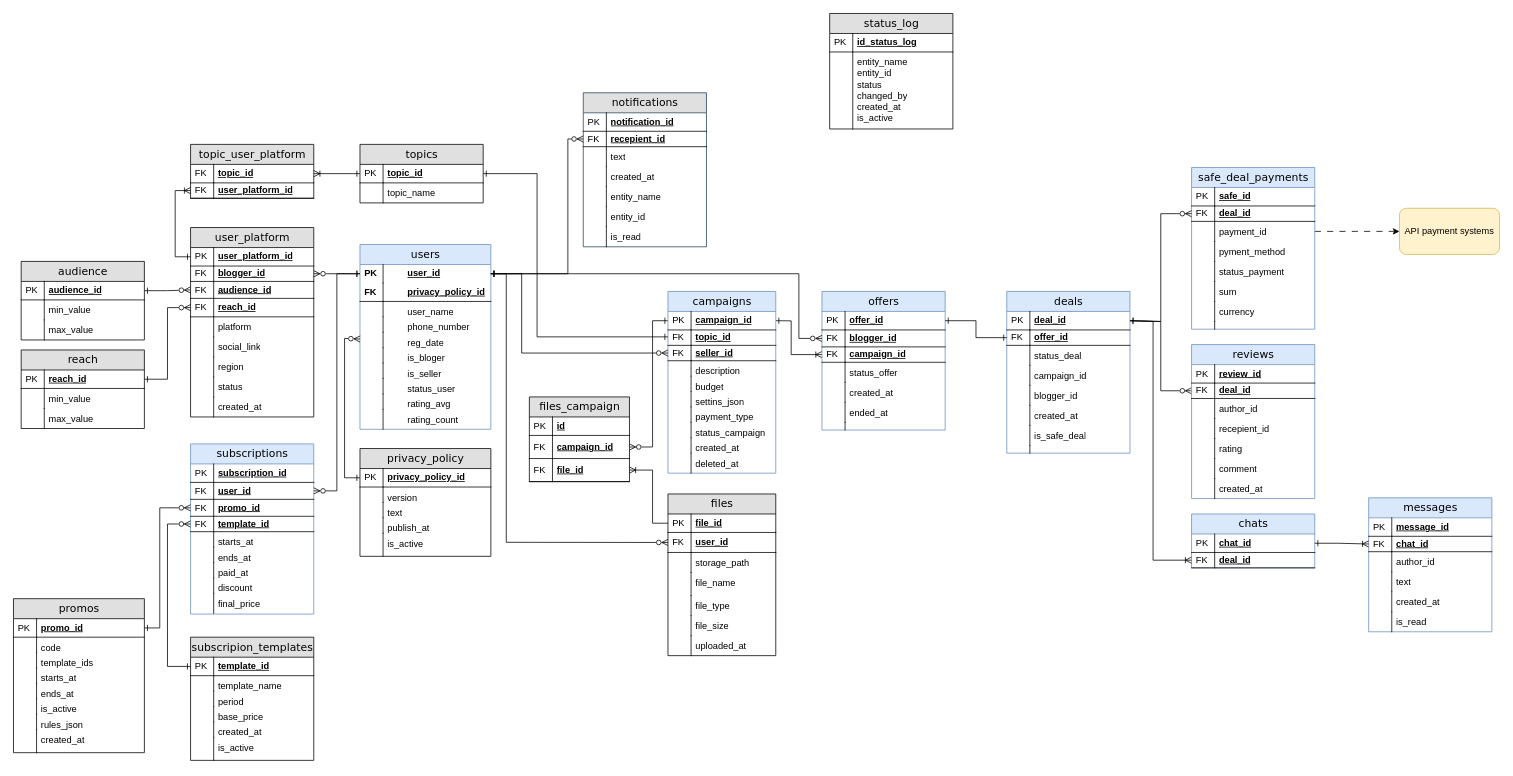
The draw.io diagram diagrams/erd.drawio.xml in NadezdaHope19/practice, before the edit. Source tidied: cells renumbered, new cells numbered last; positions are measured from the earlier drawing's top-left corner, leaving out a move shared by most shapes. Both pictures are drawn from the tidied source at 77%, with x=0, y=0 at pixel (13, 13).
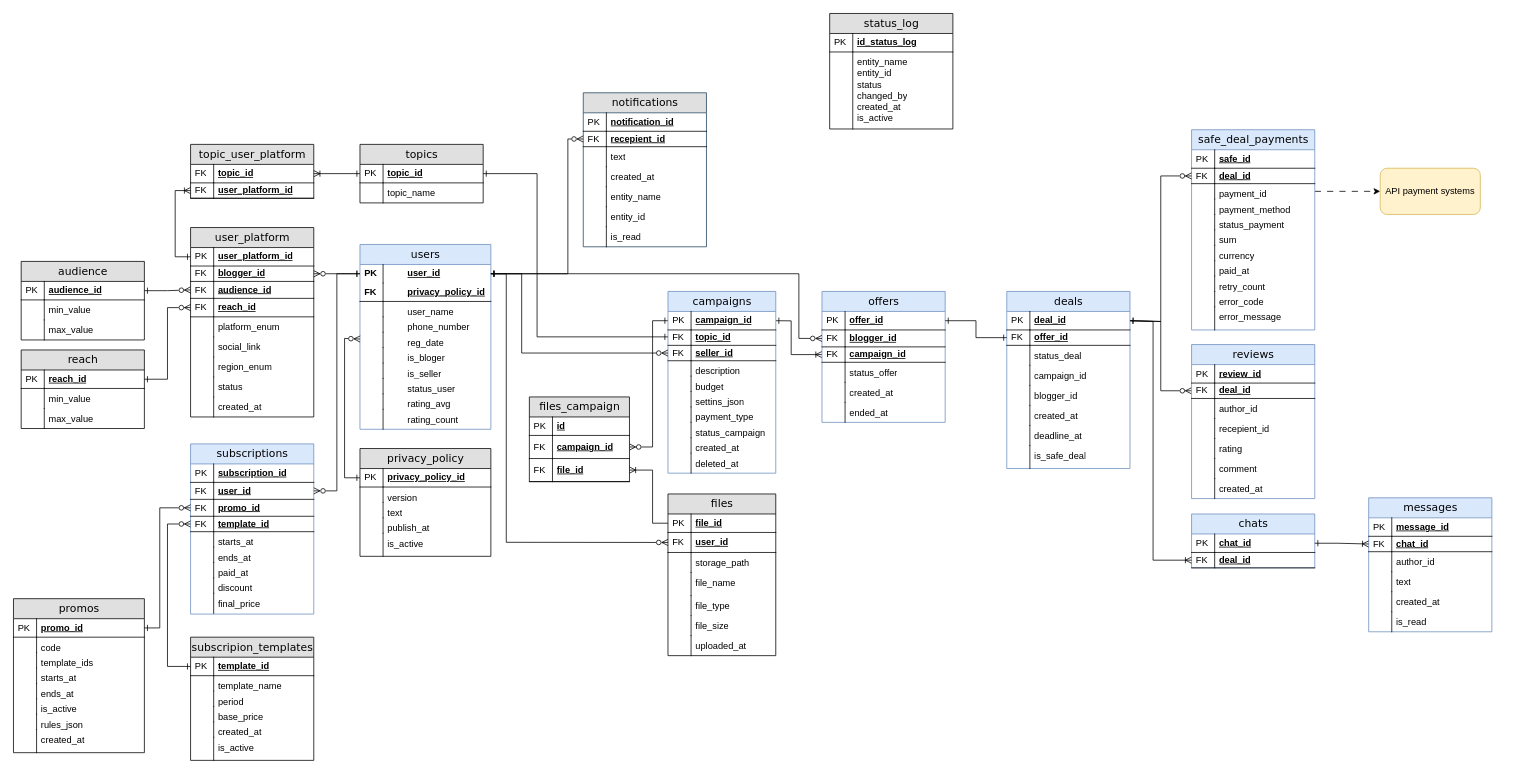
The same diagram, later.

Unchanged cells that the change refers to:
```xml
<mxCell id="50" value="&lt;div&gt;&lt;span style=&quot;background-color: transparent; color: light-dark(rgb(0, 0, 0), rgb(255, 255, 255));&quot;&gt;deal_id&lt;/span&gt;&lt;/div&gt;" style="shape=partialRectangle;top=0;left=0;right=0;bottom=1;html=1;align=left;verticalAlign=middle;fillColor=none;spacingLeft=34;spacingRight=4;whiteSpace=wrap;overflow=hidden;points=[[0,0.5],[1,0.5]];portConstraint=eastwest;fontStyle=5;" parent="47" vertex="1">
  <mxGeometry y="50" width="160" height="20" as="geometry" />
</mxCell>
<mxCell id="105" value="user_platform" style="swimlane;html=1;fontStyle=0;horizontal=1;startSize=26;fillColor=#e0e0e0;swimlaneFillColor=#ffffff;align=center;rounded=0;shadow=0;comic=0;labelBackgroundColor=none;strokeWidth=1;fontFamily=Verdana;fontSize=14;" parent="1" vertex="1">
  <mxGeometry x="230" y="278" width="160" height="246" as="geometry" />
</mxCell>
<mxCell id="206" value="deal_id" style="shape=partialRectangle;top=0;left=0;right=0;bottom=1;html=1;align=left;verticalAlign=middle;fillColor=none;spacingLeft=34;spacingRight=4;whiteSpace=wrap;overflow=hidden;points=[[0,0.5],[1,0.5]];portConstraint=eastwest;fontStyle=5;" parent="205" vertex="1">
  <mxGeometry y="26" width="160" height="24" as="geometry" />
</mxCell>
```

Change to the diagram source:
```diff
@@
     <mxCell id="47" value="safe_deal_payments" style="swimlane;html=1;fontStyle=0;horizontal=1;startSize=26;fillColor=#dae8fc;swimlaneFillColor=#ffffff;align=center;rounded=0;shadow=0;comic=0;labelBackgroundColor=none;strokeWidth=1;fontFamily=Verdana;fontSize=14;strokeColor=#6c8ebf;" parent="1" vertex="1">
-      <mxGeometry x="1530" y="200" width="160" height="210" as="geometry" />
+      <mxGeometry x="1530" y="151" width="160" height="260" as="geometry" />
     </mxCell>
@@
     <mxCell id="52" value="payment_id" style="shape=partialRectangle;top=0;left=0;right=0;bottom=0;html=1;align=left;verticalAlign=top;fillColor=none;spacingLeft=34;spacingRight=4;whiteSpace=wrap;overflow=hidden;points=[[0,0.5],[1,0.5]];portConstraint=eastwest;" parent="47" vertex="1">
-      <mxGeometry y="70" width="160" height="26" as="geometry" />
+      <mxGeometry y="70" width="160" height="20" as="geometry" />
     </mxCell>
     <mxCell id="53" style="shape=partialRectangle;top=0;left=0;bottom=0;html=1;fillColor=none;align=left;verticalAlign=top;spacingLeft=4;spacingRight=4;whiteSpace=wrap;overflow=hidden;" parent="52" vertex="1">
-      <mxGeometry width="30" height="26" as="geometry" />
+      <mxGeometry width="30" height="20" as="geometry" />
     </mxCell>
-    <mxCell id="54" value="pyment_method" style="shape=partialRectangle;top=0;left=0;right=0;bottom=0;html=1;align=left;verticalAlign=top;fillColor=none;spacingLeft=34;spacingRight=4;whiteSpace=wrap;overflow=hidden;" parent="47" vertex="1">
-      <mxGeometry y="96" width="160" height="26" as="geometry" />
+    <mxCell id="54" value="payment_method" style="shape=partialRectangle;top=0;left=0;right=0;bottom=0;html=1;align=left;verticalAlign=top;fillColor=none;spacingLeft=34;spacingRight=4;whiteSpace=wrap;overflow=hidden;" parent="47" vertex="1">
+      <mxGeometry y="90" width="160" height="20" as="geometry" />
     </mxCell>
     <mxCell id="55" style="shape=partialRectangle;top=0;left=0;bottom=0;html=1;fillColor=none;align=left;verticalAlign=top;spacingLeft=4;spacingRight=4;whiteSpace=wrap;overflow=hidden;" parent="54" vertex="1">
-      <mxGeometry width="30" height="26" as="geometry" />
+      <mxGeometry width="30" height="20" as="geometry" />
     </mxCell>
     <mxCell id="56" value="status_payment" style="shape=partialRectangle;top=0;left=0;right=0;bottom=0;html=1;align=left;verticalAlign=top;fillColor=none;spacingLeft=34;spacingRight=4;whiteSpace=wrap;overflow=hidden;" parent="47" vertex="1">
-      <mxGeometry y="122" width="160" height="26" as="geometry" />
+      <mxGeometry y="110" width="160" height="20" as="geometry" />
     </mxCell>
     <mxCell id="57" style="shape=partialRectangle;top=0;left=0;bottom=0;html=1;fillColor=none;align=left;verticalAlign=top;spacingLeft=4;spacingRight=4;whiteSpace=wrap;overflow=hidden;" parent="56" vertex="1">
-      <mxGeometry width="30" height="26" as="geometry" />
+      <mxGeometry width="30" height="20" as="geometry" />
     </mxCell>
     <mxCell id="58" value="sum&lt;span style=&quot;white-space: pre;&quot;&gt;&#9;&lt;/span&gt;" style="shape=partialRectangle;top=0;left=0;right=0;bottom=0;html=1;align=left;verticalAlign=top;fillColor=none;spacingLeft=34;spacingRight=4;whiteSpace=wrap;overflow=hidden;" parent="47" vertex="1">
-      <mxGeometry y="148" width="160" height="26" as="geometry" />
+      <mxGeometry y="130" width="160" height="20" as="geometry" />
     </mxCell>
     <mxCell id="59" style="shape=partialRectangle;top=0;left=0;bottom=0;html=1;fillColor=none;align=left;verticalAlign=top;spacingLeft=4;spacingRight=4;whiteSpace=wrap;overflow=hidden;" parent="58" vertex="1">
-      <mxGeometry width="30" height="26" as="geometry" />
+      <mxGeometry width="30" height="20" as="geometry" />
     </mxCell>
+    <mxCell id="295" value="currency" style="shape=partialRectangle;top=0;left=0;right=0;bottom=0;html=1;align=left;verticalAlign=top;fillColor=none;spacingLeft=34;spacingRight=4;whiteSpace=wrap;overflow=hidden;" parent="47" vertex="1">
+      <mxGeometry y="150" width="160" height="20" as="geometry" />
+    </mxCell>
+    <mxCell id="296" style="shape=partialRectangle;top=0;left=0;bottom=0;html=1;fillColor=none;align=left;verticalAlign=top;spacingLeft=4;spacingRight=4;whiteSpace=wrap;overflow=hidden;" parent="295" vertex="1">
+      <mxGeometry width="30" height="20" as="geometry" />
+    </mxCell>
-    <mxCell id="60" value="currency" style="shape=partialRectangle;top=0;left=0;right=0;bottom=0;html=1;align=left;verticalAlign=top;fillColor=none;spacingLeft=34;spacingRight=4;whiteSpace=wrap;overflow=hidden;" parent="47" vertex="1">
-      <mxGeometry y="174" width="160" height="26" as="geometry" />
+    <mxCell id="60" value="paid_at" style="shape=partialRectangle;top=0;left=0;right=0;bottom=0;html=1;align=left;verticalAlign=top;fillColor=none;spacingLeft=34;spacingRight=4;whiteSpace=wrap;overflow=hidden;" parent="47" vertex="1">
+      <mxGeometry y="170" width="160" height="20" as="geometry" />
     </mxCell>
     <mxCell id="61" style="shape=partialRectangle;top=0;left=0;bottom=0;html=1;fillColor=none;align=left;verticalAlign=top;spacingLeft=4;spacingRight=4;whiteSpace=wrap;overflow=hidden;" parent="60" vertex="1">
-      <mxGeometry width="30" height="26" as="geometry" />
+      <mxGeometry width="30" height="20" as="geometry" />
     </mxCell>
-    <mxCell id="62" style="shape=partialRectangle;top=0;left=0;right=0;bottom=0;html=1;align=left;verticalAlign=top;fillColor=none;spacingLeft=34;spacingRight=4;whiteSpace=wrap;overflow=hidden;" parent="47" vertex="1">
-      <mxGeometry y="200" width="160" height="10" as="geometry" />
-    </mxCell>
-    <mxCell id="63" style="shape=partialRectangle;top=0;left=0;bottom=0;html=1;fillColor=none;align=left;verticalAlign=top;spacingLeft=4;spacingRight=4;whiteSpace=wrap;overflow=hidden;" parent="62" vertex="1">
-      <mxGeometry width="30" height="10" as="geometry" />
-    </mxCell>
+    <mxCell id="297" value="retry_count" style="shape=partialRectangle;top=0;left=0;right=0;bottom=0;html=1;align=left;verticalAlign=top;fillColor=none;spacingLeft=34;spacingRight=4;whiteSpace=wrap;overflow=hidden;" parent="47" vertex="1">
+      <mxGeometry y="190" width="160" height="20" as="geometry" />
+    </mxCell>
+    <mxCell id="298" style="shape=partialRectangle;top=0;left=0;bottom=0;html=1;fillColor=none;align=left;verticalAlign=top;spacingLeft=4;spacingRight=4;whiteSpace=wrap;overflow=hidden;" parent="297" vertex="1">
+      <mxGeometry width="30" height="20" as="geometry" />
+    </mxCell>
+    <mxCell id="299" value="error_code" style="shape=partialRectangle;top=0;left=0;right=0;bottom=0;html=1;align=left;verticalAlign=top;fillColor=none;spacingLeft=34;spacingRight=4;whiteSpace=wrap;overflow=hidden;" parent="47" vertex="1">
+      <mxGeometry y="210" width="160" height="20" as="geometry" />
+    </mxCell>
+    <mxCell id="300" style="shape=partialRectangle;top=0;left=0;bottom=0;html=1;fillColor=none;align=left;verticalAlign=top;spacingLeft=4;spacingRight=4;whiteSpace=wrap;overflow=hidden;" parent="299" vertex="1">
+      <mxGeometry width="30" height="20" as="geometry" />
+    </mxCell>
+    <mxCell id="301" value="error_message" style="shape=partialRectangle;top=0;left=0;right=0;bottom=0;html=1;align=left;verticalAlign=top;fillColor=none;spacingLeft=34;spacingRight=4;whiteSpace=wrap;overflow=hidden;" parent="47" vertex="1">
+      <mxGeometry y="230" width="160" height="30" as="geometry" />
+    </mxCell>
+    <mxCell id="302" style="shape=partialRectangle;top=0;left=0;bottom=0;html=1;fillColor=none;align=left;verticalAlign=top;spacingLeft=4;spacingRight=4;whiteSpace=wrap;overflow=hidden;" parent="301" vertex="1">
+      <mxGeometry width="30" height="30" as="geometry" />
+    </mxCell>
@@
     <mxCell id="83" value="offers" style="swimlane;html=1;fontStyle=0;horizontal=1;startSize=26;fillColor=#dae8fc;swimlaneFillColor=#ffffff;align=center;rounded=0;shadow=0;comic=0;labelBackgroundColor=none;strokeWidth=1;fontFamily=Verdana;fontSize=14;strokeColor=#6c8ebf;" parent="1" vertex="1">
-      <mxGeometry x="1050" y="361" width="160" height="180" as="geometry" />
+      <mxGeometry x="1050" y="361" width="160" height="170" as="geometry" />
     </mxCell>
@@
-    <mxCell id="96" style="shape=partialRectangle;top=0;left=0;right=0;bottom=0;html=1;align=left;verticalAlign=top;fillColor=none;spacingLeft=34;spacingRight=4;whiteSpace=wrap;overflow=hidden;" parent="83" vertex="1">
-      <mxGeometry y="170" width="160" height="10" as="geometry" />
-    </mxCell>
-    <mxCell id="97" style="shape=partialRectangle;top=0;left=0;bottom=0;html=1;fillColor=none;align=left;verticalAlign=top;spacingLeft=4;spacingRight=4;whiteSpace=wrap;overflow=hidden;" parent="96" vertex="1">
-      <mxGeometry width="30" height="10" as="geometry" />
-    </mxCell>
@@
-    <mxCell id="114" value="platform" style="shape=partialRectangle;top=0;left=0;right=0;bottom=0;html=1;align=left;verticalAlign=top;fillColor=none;spacingLeft=34;spacingRight=4;whiteSpace=wrap;overflow=hidden;" parent="105" vertex="1">
+    <mxCell id="114" value="platform_enum" style="shape=partialRectangle;top=0;left=0;right=0;bottom=0;html=1;align=left;verticalAlign=top;fillColor=none;spacingLeft=34;spacingRight=4;whiteSpace=wrap;overflow=hidden;" parent="105" vertex="1">
       <mxGeometry y="116" width="160" height="26" as="geometry" />
     </mxCell>
@@
-    <mxCell id="118" value="region" style="shape=partialRectangle;top=0;left=0;right=0;bottom=0;html=1;align=left;verticalAlign=top;fillColor=none;spacingLeft=34;spacingRight=4;whiteSpace=wrap;overflow=hidden;" parent="105" vertex="1">
+    <mxCell id="118" value="region_enum" style="shape=partialRectangle;top=0;left=0;right=0;bottom=0;html=1;align=left;verticalAlign=top;fillColor=none;spacingLeft=34;spacingRight=4;whiteSpace=wrap;overflow=hidden;" parent="105" vertex="1">
       <mxGeometry y="168" width="160" height="26" as="geometry" />
     </mxCell>
@@
     <mxCell id="203" style="edgeStyle=none;rounded=0;jettySize=auto;html=1;entryX=0;entryY=0.5;entryDx=0;entryDy=0;startArrow=ERone;startFill=0;endArrow=ERzeroToMany;endFill=0;exitX=1;exitY=0.5;exitDx=0;exitDy=0;" parent="1" edge="1" source="206" target="50">
       <mxGeometry relative="1" as="geometry">
         <Array as="points">
           <mxPoint x="1490" y="400" />
-          <mxPoint x="1490" y="260" />
+          <mxPoint x="1490" y="211" />
         </Array>
       </mxGeometry>
     </mxCell>
@@
     <mxCell id="205" value="deals" style="swimlane;html=1;fontStyle=0;horizontal=1;startSize=26;fillColor=#dae8fc;swimlaneFillColor=#ffffff;align=center;rounded=0;shadow=0;comic=0;labelBackgroundColor=none;strokeWidth=1;fontFamily=Verdana;fontSize=14;strokeColor=#6c8ebf;" parent="1" vertex="1">
-      <mxGeometry x="1290" y="361" width="160" height="210" as="geometry" />
+      <mxGeometry x="1290" y="361" width="160" height="230" as="geometry" />
     </mxCell>
@@
-    <mxCell id="218" value="is_safe_deal" style="shape=partialRectangle;top=0;left=0;right=0;bottom=0;html=1;align=left;verticalAlign=top;fillColor=none;spacingLeft=34;spacingRight=4;whiteSpace=wrap;overflow=hidden;" parent="205" vertex="1">
+    <mxCell id="218" value="deadline_at" style="shape=partialRectangle;top=0;left=0;right=0;bottom=0;html=1;align=left;verticalAlign=top;fillColor=none;spacingLeft=34;spacingRight=4;whiteSpace=wrap;overflow=hidden;" parent="205" vertex="1">
       <mxGeometry y="174" width="160" height="26" as="geometry" />
     </mxCell>
@@
-    <mxCell id="220" style="shape=partialRectangle;top=0;left=0;right=0;bottom=0;html=1;align=left;verticalAlign=top;fillColor=none;spacingLeft=34;spacingRight=4;whiteSpace=wrap;overflow=hidden;" parent="205" vertex="1">
-      <mxGeometry y="200" width="160" height="10" as="geometry" />
-    </mxCell>
-    <mxCell id="221" style="shape=partialRectangle;top=0;left=0;bottom=0;html=1;fillColor=none;align=left;verticalAlign=top;spacingLeft=4;spacingRight=4;whiteSpace=wrap;overflow=hidden;" parent="220" vertex="1">
-      <mxGeometry width="30" height="10" as="geometry" />
-    </mxCell>
+    <mxCell id="303" value="is_safe_deal" style="shape=partialRectangle;top=0;left=0;right=0;bottom=0;html=1;align=left;verticalAlign=top;fillColor=none;spacingLeft=34;spacingRight=4;whiteSpace=wrap;overflow=hidden;" parent="205" vertex="1">
+      <mxGeometry y="200" width="160" height="30" as="geometry" />
+    </mxCell>
+    <mxCell id="304" style="shape=partialRectangle;top=0;left=0;bottom=0;html=1;fillColor=none;align=left;verticalAlign=top;spacingLeft=4;spacingRight=4;whiteSpace=wrap;overflow=hidden;" parent="303" vertex="1">
+      <mxGeometry width="30" height="30" as="geometry" />
+    </mxCell>
@@
     <mxCell id="223" value="API payment systems" style="rounded=1;whiteSpace=wrap;html=1;fillColor=#fff2cc;strokeColor=#d6b656;" parent="1" vertex="1">
-      <mxGeometry x="1800" y="253" width="130" height="60" as="geometry" />
+      <mxGeometry x="1775" y="201" width="130" height="60" as="geometry" />
     </mxCell>
```
